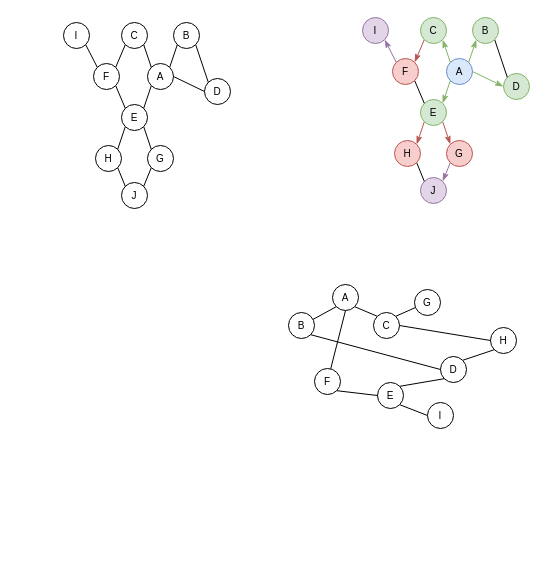
Above: page "Breitensuche" (12 of 12) of Graph.drawio in JoernWVSG/diagram (draw.io), before the change. Source tidied: cells renumbered, new cells numbered last; positions are measured from the earlier drawing's top-left corner, leaving out a move shared by most shapes. Both pictures are drawn from the tidied source at 100%, with x=0, y=0 at pixel (63, 17).
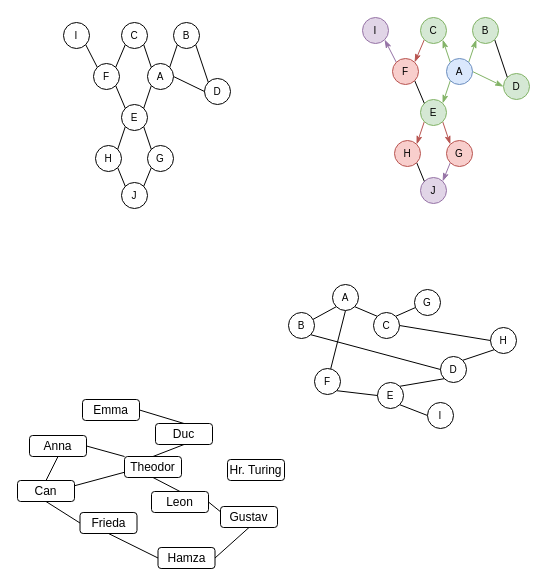
After the change.

Change to the diagram source:
```diff
@@
+    <mxCell id="65" value="Hr. Turing" style="rounded=1;whiteSpace=wrap;html=1;" parent="1" vertex="1">
+      <mxGeometry x="164" y="442" width="57" height="21" as="geometry" />
+    </mxCell>
+    <mxCell id="66" value="Hamza" style="rounded=1;whiteSpace=wrap;html=1;" parent="1" vertex="1">
+      <mxGeometry x="94.5" y="530" width="57" height="21" as="geometry" />
+    </mxCell>
+    <mxCell id="67" value="Gustav" style="rounded=1;whiteSpace=wrap;html=1;" parent="1" vertex="1">
+      <mxGeometry x="157" y="489" width="57" height="21" as="geometry" />
+    </mxCell>
+    <mxCell id="68" value="Leon" style="rounded=1;whiteSpace=wrap;html=1;" parent="1" vertex="1">
+      <mxGeometry x="88" y="474" width="57" height="21" as="geometry" />
+    </mxCell>
+    <mxCell id="69" value="Frieda" style="rounded=1;whiteSpace=wrap;html=1;" parent="1" vertex="1">
+      <mxGeometry x="16.5" y="495" width="57" height="21" as="geometry" />
+    </mxCell>
+    <mxCell id="70" value="Can" style="rounded=1;whiteSpace=wrap;html=1;" parent="1" vertex="1">
+      <mxGeometry x="-46" y="463" width="57" height="21" as="geometry" />
+    </mxCell>
+    <mxCell id="71" value="Anna" style="rounded=1;whiteSpace=wrap;html=1;" parent="1" vertex="1">
+      <mxGeometry x="-34" y="418" width="57" height="21" as="geometry" />
+    </mxCell>
+    <mxCell id="72" value="Duc" style="rounded=1;whiteSpace=wrap;html=1;" parent="1" vertex="1">
+      <mxGeometry x="92" y="406" width="57" height="21" as="geometry" />
+    </mxCell>
+    <mxCell id="73" style="edgeStyle=none;rounded=0;jettySize=auto;html=1;exitX=1;exitY=0.5;exitDx=0;exitDy=0;entryX=0.5;entryY=0;entryDx=0;entryDy=0;endArrow=none;endFill=0;" parent="1" edge="1" source="74" target="72">
+      <mxGeometry relative="1" as="geometry" />
+    </mxCell>
+    <mxCell id="74" value="Emma" style="rounded=1;whiteSpace=wrap;html=1;" parent="1" vertex="1">
+      <mxGeometry x="19" y="382" width="57" height="21" as="geometry" />
+    </mxCell>
+    <mxCell id="75" value="Theodor" style="rounded=1;whiteSpace=wrap;html=1;" parent="1" vertex="1">
+      <mxGeometry x="61" y="439" width="57" height="21" as="geometry" />
+    </mxCell>
+    <mxCell id="76" style="edgeStyle=none;rounded=0;jettySize=auto;html=1;exitX=0.5;exitY=0;exitDx=0;exitDy=0;entryX=0.5;entryY=1;entryDx=0;entryDy=0;endArrow=none;endFill=0;" parent="1" edge="1" source="75" target="72">
+      <mxGeometry relative="1" as="geometry" />
+    </mxCell>
+    <mxCell id="77" style="edgeStyle=none;rounded=0;jettySize=auto;html=1;exitX=1;exitY=0.5;exitDx=0;exitDy=0;entryX=0;entryY=0;entryDx=0;entryDy=0;endArrow=none;endFill=0;" parent="1" edge="1" source="71" target="75">
+      <mxGeometry relative="1" as="geometry" />
+    </mxCell>
+    <mxCell id="78" style="edgeStyle=none;rounded=0;jettySize=auto;html=1;exitX=1;exitY=0.25;exitDx=0;exitDy=0;entryX=0;entryY=0.75;entryDx=0;entryDy=0;endArrow=none;endFill=0;" parent="1" edge="1" source="70" target="75">
+      <mxGeometry relative="1" as="geometry" />
+    </mxCell>
+    <mxCell id="79" style="edgeStyle=none;rounded=0;jettySize=auto;html=1;exitX=0.5;exitY=0;exitDx=0;exitDy=0;entryX=0.5;entryY=1;entryDx=0;entryDy=0;endArrow=none;endFill=0;" parent="1" edge="1" source="70" target="71">
+      <mxGeometry relative="1" as="geometry" />
+    </mxCell>
+    <mxCell id="80" style="edgeStyle=none;rounded=0;jettySize=auto;html=1;exitX=0.5;exitY=1;exitDx=0;exitDy=0;entryX=0;entryY=0.5;entryDx=0;entryDy=0;endArrow=none;endFill=0;" parent="1" edge="1" source="70" target="69">
+      <mxGeometry relative="1" as="geometry" />
+    </mxCell>
+    <mxCell id="81" style="edgeStyle=none;rounded=0;jettySize=auto;html=1;exitX=0.5;exitY=1;exitDx=0;exitDy=0;entryX=0.5;entryY=0;entryDx=0;entryDy=0;endArrow=none;endFill=0;" parent="1" edge="1" source="75" target="68">
+      <mxGeometry relative="1" as="geometry" />
+    </mxCell>
+    <mxCell id="82" style="edgeStyle=none;rounded=0;jettySize=auto;html=1;entryX=0;entryY=0.25;entryDx=0;entryDy=0;endArrow=none;endFill=0;exitX=1;exitY=0.5;exitDx=0;exitDy=0;" parent="1" edge="1" source="68" target="67">
+      <mxGeometry relative="1" as="geometry" />
+    </mxCell>
+    <mxCell id="83" style="edgeStyle=none;rounded=0;jettySize=auto;html=1;exitX=1;exitY=0.5;exitDx=0;exitDy=0;entryX=0.5;entryY=1;entryDx=0;entryDy=0;endArrow=none;endFill=0;" parent="1" edge="1" source="66" target="67">
+      <mxGeometry relative="1" as="geometry" />
+    </mxCell>
+    <mxCell id="84" style="edgeStyle=none;rounded=0;jettySize=auto;html=1;exitX=0.5;exitY=1;exitDx=0;exitDy=0;entryX=0;entryY=0.5;entryDx=0;entryDy=0;endArrow=none;endFill=0;" parent="1" edge="1" source="69" target="66">
+      <mxGeometry relative="1" as="geometry" />
+    </mxCell>
```
